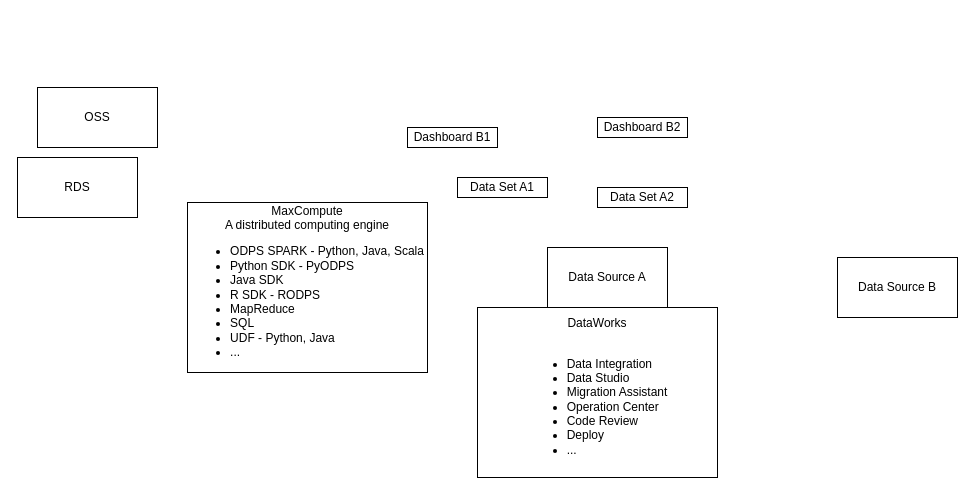
Above: review.drawio in huangdgm/drawio (draw.io), before the change. Source tidied: cells renumbered, new cells numbered last; positions are measured from the earlier drawing's top-left corner, leaving out a move shared by most shapes. Both pictures are drawn from the tidied source at 100%, with x=0, y=0 at pixel (17, 87).
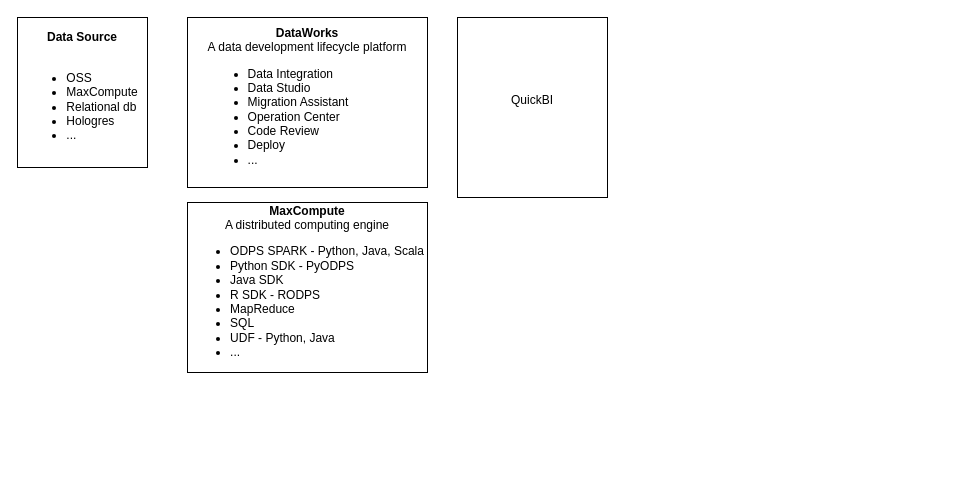
Above is the later version.

What changed in the source:
```diff
@@
 <mxGraphModel>
   <root>
     <mxCell id="0" />
     <mxCell id="1" parent="0" />
-    <mxCell id="2" value="Data Source A" style="rounded=0;whiteSpace=wrap;html=1;" parent="1" vertex="1">
-      <mxGeometry x="530" y="160" width="120" height="60" as="geometry" />
-    </mxCell>
-    <mxCell id="3" value="Data Set A1" style="rounded=0;whiteSpace=wrap;html=1;" parent="1" vertex="1">
-      <mxGeometry x="440" y="90" width="90" height="20" as="geometry" />
-    </mxCell>
-    <mxCell id="4" value="Dashboard B1" style="rounded=0;whiteSpace=wrap;html=1;" parent="1" vertex="1">
-      <mxGeometry x="390" y="40" width="90" height="20" as="geometry" />
+    <mxCell id="4" value="QuickBI&lt;br&gt;&lt;br&gt;" style="rounded=0;whiteSpace=wrap;html=1;" parent="1" vertex="1">
+      <mxGeometry x="440" y="-70" width="150" height="180" as="geometry" />
     </mxCell>
-    <mxCell id="5" value="Data Source B" style="rounded=0;whiteSpace=wrap;html=1;" parent="1" vertex="1">
-      <mxGeometry x="820" y="170" width="120" height="60" as="geometry" />
-    </mxCell>
-    <mxCell id="6" value="Data Set A2" style="rounded=0;whiteSpace=wrap;html=1;" parent="1" vertex="1">
-      <mxGeometry x="580" y="100" width="90" height="20" as="geometry" />
-    </mxCell>
-    <mxCell id="7" value="Dashboard B2" style="rounded=0;whiteSpace=wrap;html=1;" parent="1" vertex="1">
-      <mxGeometry x="580" y="30" width="90" height="20" as="geometry" />
-    </mxCell>
-    <mxCell id="8" value="MaxCompute&lt;br&gt;A distributed computing engine&lt;br&gt;&lt;div style=&quot;text-align: left;&quot;&gt;&lt;ul&gt;&lt;li&gt;&lt;span style=&quot;background-color: initial;&quot;&gt;ODPS SPARK - Python, Java, Scala&lt;/span&gt;&lt;/li&gt;&lt;li&gt;&lt;span style=&quot;background-color: initial;&quot;&gt;Python SDK - PyODPS&lt;/span&gt;&lt;/li&gt;&lt;li&gt;&lt;span style=&quot;background-color: initial;&quot;&gt;Java SDK&lt;/span&gt;&lt;/li&gt;&lt;li&gt;&lt;span style=&quot;background-color: initial;&quot;&gt;R SDK - RODPS&lt;/span&gt;&lt;/li&gt;&lt;li&gt;&lt;span style=&quot;background-color: initial;&quot;&gt;MapReduce&lt;/span&gt;&lt;/li&gt;&lt;li&gt;&lt;span style=&quot;background-color: initial;&quot;&gt;SQL&lt;/span&gt;&lt;/li&gt;&lt;li&gt;&lt;span style=&quot;background-color: initial;&quot;&gt;UDF - Python, Java&lt;/span&gt;&lt;/li&gt;&lt;li&gt;&lt;span style=&quot;background-color: initial;&quot;&gt;...&lt;/span&gt;&lt;/li&gt;&lt;/ul&gt;&lt;/div&gt;" style="rounded=0;whiteSpace=wrap;html=1;" parent="1" vertex="1">
+    <mxCell id="8" value="&lt;b&gt;MaxCompute&lt;/b&gt;&lt;br&gt;A distributed computing engine&lt;br&gt;&lt;div style=&quot;text-align: left;&quot;&gt;&lt;ul&gt;&lt;li&gt;&lt;span style=&quot;background-color: initial;&quot;&gt;ODPS SPARK - Python, Java, Scala&lt;/span&gt;&lt;/li&gt;&lt;li&gt;&lt;span style=&quot;background-color: initial;&quot;&gt;Python SDK - PyODPS&lt;/span&gt;&lt;/li&gt;&lt;li&gt;&lt;span style=&quot;background-color: initial;&quot;&gt;Java SDK&lt;/span&gt;&lt;/li&gt;&lt;li&gt;&lt;span style=&quot;background-color: initial;&quot;&gt;R SDK - RODPS&lt;/span&gt;&lt;/li&gt;&lt;li&gt;&lt;span style=&quot;background-color: initial;&quot;&gt;MapReduce&lt;/span&gt;&lt;/li&gt;&lt;li&gt;&lt;span style=&quot;background-color: initial;&quot;&gt;SQL&lt;/span&gt;&lt;/li&gt;&lt;li&gt;&lt;span style=&quot;background-color: initial;&quot;&gt;UDF - Python, Java&lt;/span&gt;&lt;/li&gt;&lt;li&gt;&lt;span style=&quot;background-color: initial;&quot;&gt;...&lt;/span&gt;&lt;/li&gt;&lt;/ul&gt;&lt;/div&gt;" style="rounded=0;whiteSpace=wrap;html=1;" parent="1" vertex="1">
       <mxGeometry x="170" y="115" width="240" height="170" as="geometry" />
     </mxCell>
-    <mxCell id="9" value="OSS" style="rounded=0;whiteSpace=wrap;html=1;" parent="1" vertex="1">
-      <mxGeometry x="20" width="120" height="60" as="geometry" />
+    <mxCell id="9" value="&lt;b&gt;Data Source&lt;br&gt;&lt;/b&gt;&lt;br&gt;&lt;ul&gt;&lt;li style=&quot;text-align: left;&quot;&gt;OSS&lt;/li&gt;&lt;li style=&quot;text-align: left;&quot;&gt;MaxCompute&lt;/li&gt;&lt;li style=&quot;text-align: left;&quot;&gt;Relational db&lt;/li&gt;&lt;li style=&quot;text-align: left;&quot;&gt;Hologres&lt;/li&gt;&lt;li style=&quot;text-align: left;&quot;&gt;...&lt;/li&gt;&lt;/ul&gt;" style="rounded=0;whiteSpace=wrap;html=1;" parent="1" vertex="1">
+      <mxGeometry y="-70" width="130" height="150" as="geometry" />
     </mxCell>
-    <mxCell id="10" value="RDS" style="rounded=0;whiteSpace=wrap;html=1;" parent="1" vertex="1">
-      <mxGeometry y="70" width="120" height="60" as="geometry" />
-    </mxCell>
-    <mxCell id="11" value="DataWorks&lt;br&gt;&lt;br&gt;&lt;ul&gt;&lt;li style=&quot;text-align: left;&quot;&gt;Data Integration&lt;/li&gt;&lt;li style=&quot;text-align: left;&quot;&gt;Data Studio&lt;/li&gt;&lt;li style=&quot;text-align: left;&quot;&gt;Migration Assistant&lt;/li&gt;&lt;li style=&quot;text-align: left;&quot;&gt;Operation Center&lt;/li&gt;&lt;li style=&quot;text-align: left;&quot;&gt;Code Review&lt;/li&gt;&lt;li style=&quot;text-align: left;&quot;&gt;Deploy&lt;/li&gt;&lt;li style=&quot;text-align: left;&quot;&gt;...&lt;/li&gt;&lt;/ul&gt;" style="rounded=0;whiteSpace=wrap;html=1;" parent="1" vertex="1">
-      <mxGeometry x="460" y="220" width="240" height="170" as="geometry" />
+    <mxCell id="11" value="&lt;b&gt;DataWorks&lt;/b&gt;&lt;br&gt;A data development lifecycle platform&lt;br&gt;&lt;ul&gt;&lt;li style=&quot;text-align: left;&quot;&gt;Data Integration&lt;/li&gt;&lt;li style=&quot;text-align: left;&quot;&gt;Data Studio&lt;/li&gt;&lt;li style=&quot;text-align: left;&quot;&gt;Migration Assistant&lt;/li&gt;&lt;li style=&quot;text-align: left;&quot;&gt;Operation Center&lt;/li&gt;&lt;li style=&quot;text-align: left;&quot;&gt;Code Review&lt;/li&gt;&lt;li style=&quot;text-align: left;&quot;&gt;Deploy&lt;/li&gt;&lt;li style=&quot;text-align: left;&quot;&gt;...&lt;/li&gt;&lt;/ul&gt;" style="rounded=0;whiteSpace=wrap;html=1;" parent="1" vertex="1">
+      <mxGeometry x="170" y="-70" width="240" height="170" as="geometry" />
     </mxCell>
   </root>
 </mxGraphModel>
```
